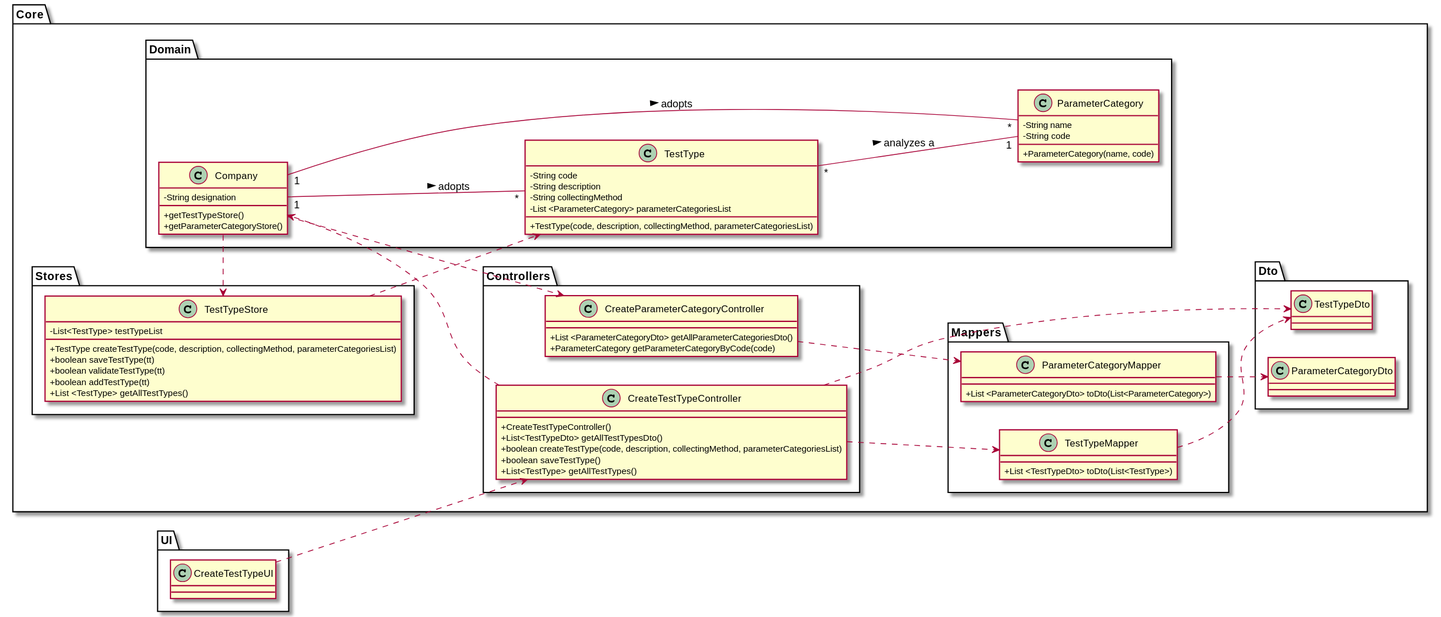
This is docs/SprintC/US09/US09-CD.svg from 0franciscor/lei-21-s2-1de-g19, a PlantUML export, as it was before one commit.
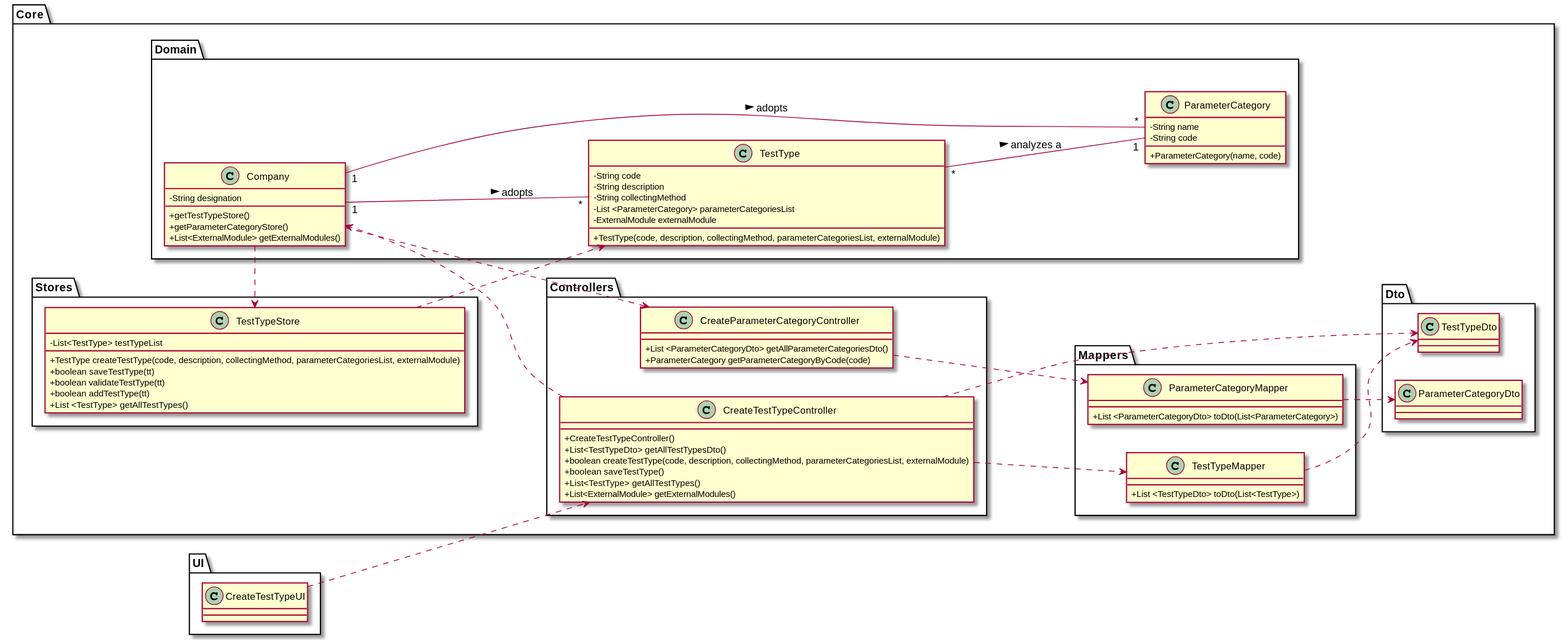
After the commit.

Diff of the diagram source:
```diff
@@ -9,6 +9,7 @@
 -String designation
 +getTestTypeStore()
 +getParameterCategoryStore()
++List<ExternalModule> getExternalModules()
 }
 
 class "ParameterCategory" as PC{
@@ -22,7 +23,8 @@
 -String description
 -String collectingMethod
 -List <ParameterCategory> parameterCategoriesList
-+TestType(code, description, collectingMethod, parameterCategoriesList)
+-ExternalModule externalModule
++TestType(code, description, collectingMethod, parameterCategoriesList, externalModule)
 }
 
 }
@@ -32,7 +34,7 @@
 package Stores{
 class "TestTypeStore" as TTS{
 -List<TestType> testTypeList
-+TestType createTestType(code, description, collectingMethod, parameterCategoriesList)
++TestType createTestType(code, description, collectingMethod, parameterCategoriesList, externalModule)
 +boolean saveTestType(tt)
 +boolean validateTestType(tt)
 +boolean addTestType(tt)
@@ -46,9 +48,10 @@
 class "CreateTestTypeController" as CTTC {
 +CreateTestTypeController()
 +List<TestTypeDto> getAllTestTypesDto()
-+boolean createTestType(code, description, collectingMethod, parameterCategoriesList)
++boolean createTestType(code, description, collectingMethod, parameterCategoriesList, externalModule)
 +boolean saveTestType()
 +List<TestType> getAllTestTypes()
++List<ExternalModule> getExternalModules()
 }
 
 
```
